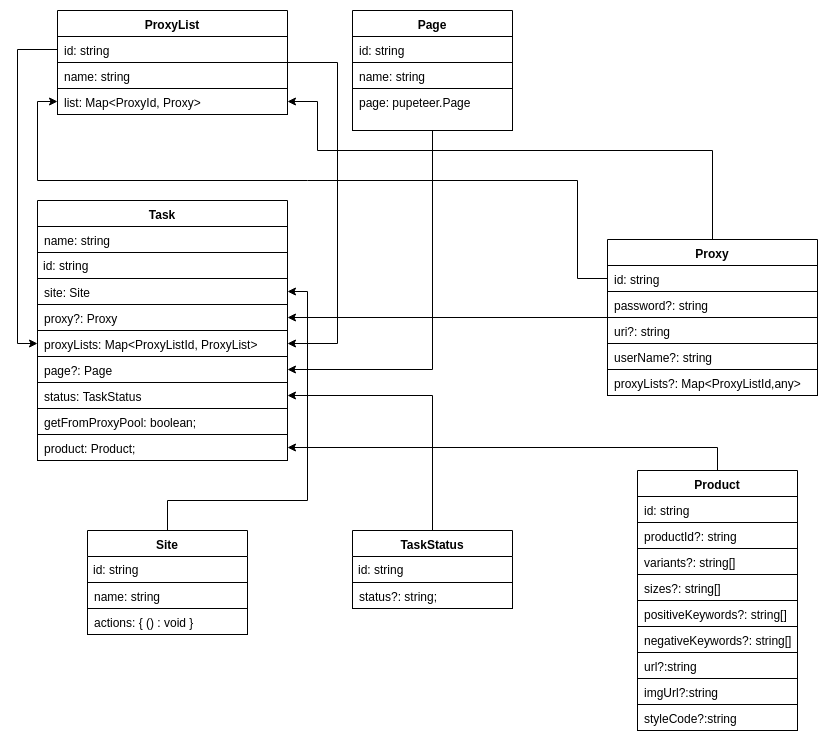
Before: KTM-ERD.png, a diagram exported from draw.io (fk1018/KoiTaskManager). Source tidied: cells renumbered, new cells last; positions are measured from the earlier drawing's top-left corner, leaving out a move shared by most shapes.
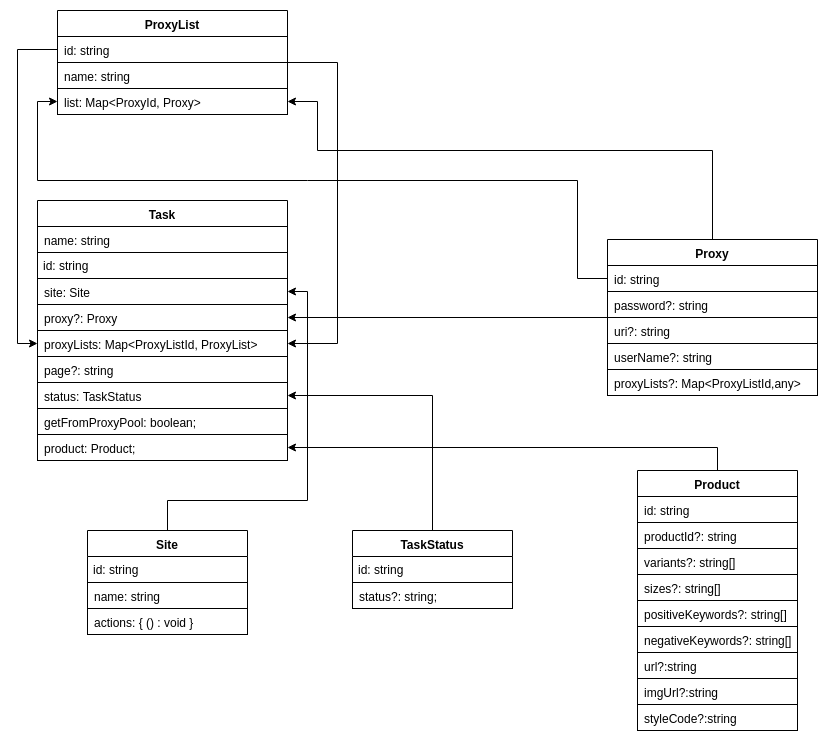
The same diagram one commit later.

What changed in the source:
```diff
@@ -70,7 +70,7 @@
     <mxCell id="20" value="proxyLists: Map&lt;ProxyListId, ProxyList&gt;" style="text;strokeColor=#000000;fillColor=none;align=left;verticalAlign=top;spacingLeft=4;spacingRight=4;overflow=hidden;points=[[0,0.5],[1,0.5]];portConstraint=eastwest;" parent="15" vertex="1">
       <mxGeometry y="130" width="250" height="26" as="geometry" />
     </mxCell>
-    <mxCell id="21" value="page?: Page" style="text;strokeColor=#000000;fillColor=none;align=left;verticalAlign=top;spacingLeft=4;spacingRight=4;overflow=hidden;points=[[0,0.5],[1,0.5]];portConstraint=eastwest;" parent="15" vertex="1">
+    <mxCell id="21" value="page?: string" style="text;strokeColor=#000000;fillColor=none;align=left;verticalAlign=top;spacingLeft=4;spacingRight=4;overflow=hidden;points=[[0,0.5],[1,0.5]];portConstraint=eastwest;" parent="15" vertex="1">
       <mxGeometry y="156" width="250" height="26" as="geometry" />
     </mxCell>
     <mxCell id="22" value="status: TaskStatus" style="text;strokeColor=#000000;fillColor=none;align=left;verticalAlign=top;spacingLeft=4;spacingRight=4;overflow=hidden;points=[[0,0.5],[1,0.5]];portConstraint=eastwest;" parent="15" vertex="1">
@@ -115,21 +115,6 @@
     <mxCell id="33" value="actions: { () : void }" style="text;strokeColor=#000000;fillColor=none;align=left;verticalAlign=top;spacingLeft=4;spacingRight=4;overflow=hidden;" parent="30" vertex="1">
       <mxGeometry y="78" width="160" height="26" as="geometry" />
     </mxCell>
-    <mxCell id="34" style="edgeStyle=orthogonalEdgeStyle;rounded=0;jettySize=auto;html=1;entryX=1;entryY=0.5;entryDx=0;entryDy=0;" parent="1" edge="1" source="35" target="21">
-      <mxGeometry relative="1" as="geometry" />
-    </mxCell>
-    <mxCell id="35" value="Page" style="swimlane;fontStyle=1;align=center;verticalAlign=top;horizontal=1;startSize=26;" parent="1" vertex="1">
-      <mxGeometry x="315" width="160" height="120" as="geometry" />
-    </mxCell>
-    <mxCell id="36" value="id: string" style="text;strokeColor=#000000;fillColor=none;align=left;verticalAlign=top;spacingLeft=4;spacingRight=4;overflow=hidden;perimeterSpacing=0;" parent="35" vertex="1">
-      <mxGeometry y="26" width="160" height="26" as="geometry" />
-    </mxCell>
-    <mxCell id="37" value="name: string " style="text;strokeColor=#000000;fillColor=none;align=left;verticalAlign=top;spacingLeft=4;spacingRight=4;overflow=hidden;" parent="35" vertex="1">
-      <mxGeometry y="52" width="160" height="26" as="geometry" />
-    </mxCell>
-    <mxCell id="38" value="page: pupeteer.Page" style="text;strokeColor=#000000;fillColor=none;align=left;verticalAlign=top;spacingLeft=4;spacingRight=4;overflow=hidden;" parent="35" vertex="1">
-      <mxGeometry y="78" width="160" height="42" as="geometry" />
-    </mxCell>
     <mxCell id="39" style="edgeStyle=orthogonalEdgeStyle;rounded=0;jettySize=auto;html=1;exitX=0.5;exitY=0;exitDx=0;exitDy=0;" parent="1" edge="1" source="40" target="24">
       <mxGeometry relative="1" as="geometry" />
     </mxCell>
```
